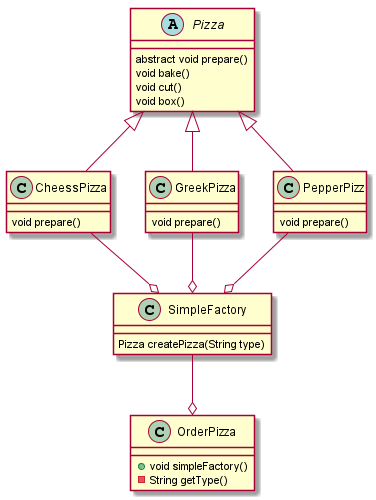
The PlantUML diagram docs/设计模式/工厂模式/img/简单工厂模式.png in en-hui/en-hui, before a commit. Its diagram source:
```plantuml
@startuml

abstract class Pizza{
    abstract void prepare()
    void bake()
    void cut()
    void box()
}
class CheessPizza{
    void prepare()
}
class GreekPizza{
    void prepare()
}
class PepperPizz{
    void prepare()
}
class SimpleFactory{
    Pizza createPizza(String type)
}
class OrderPizza{
    + void simpleFactory()
    - String getType()
}
Pizza <|-- CheessPizza
Pizza <|-- GreekPizza
Pizza <|-- PepperPizz

CheessPizza --o SimpleFactory
GreekPizza --o SimpleFactory
PepperPizz --o SimpleFactory

SimpleFactory --o OrderPizza

@enduml
```
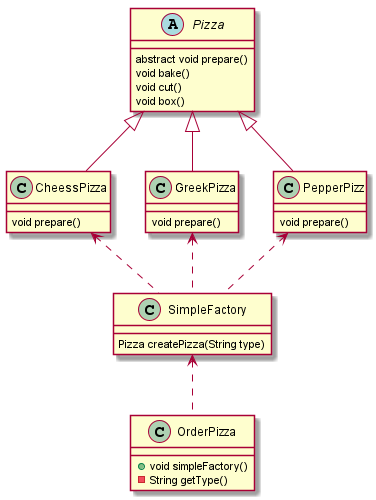
The same file after the commit.

The edit, as a diff of the source:
```diff
@@ -26,10 +26,10 @@
 Pizza <|-- GreekPizza
 Pizza <|-- PepperPizz
 
-CheessPizza --o SimpleFactory
-GreekPizza --o SimpleFactory
-PepperPizz --o SimpleFactory
+CheessPizza <.. SimpleFactory
+GreekPizza <.. SimpleFactory
+PepperPizz <.. SimpleFactory
 
-SimpleFactory --o OrderPizza
+SimpleFactory <.. OrderPizza
 
 @enduml
```
